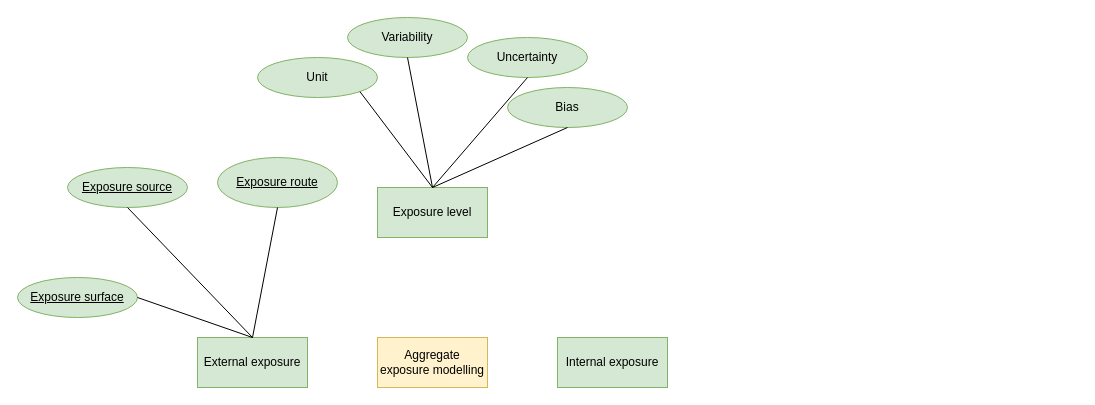
Above: Aggregate-Diagram.drawio in jwkruisselbrink/parc-aggregate-exposure-modelling (draw.io), before the change. Source tidied: cells renumbered, new cells numbered last; positions are measured from the earlier drawing's top-left corner, leaving out a move shared by most shapes. Both pictures are drawn from the tidied source at 100%, with x=0, y=0 at pixel (17, 17).
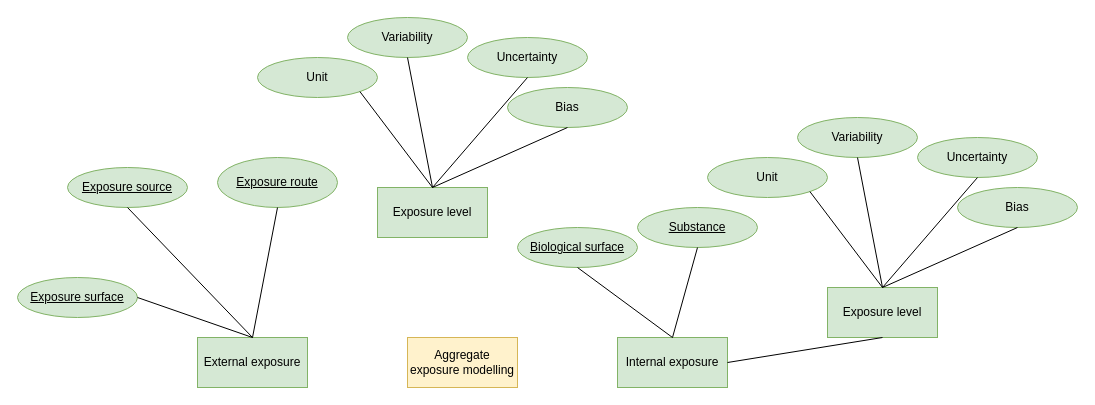
After the change.

Unchanged cells that the change refers to:
```xml
<mxCell id="11" value="Exposure level" style="rounded=0;whiteSpace=wrap;html=1;fillColor=#d5e8d4;strokeColor=#82b366;" parent="1" vertex="1">
  <mxGeometry x="360" y="170" width="110" height="50" as="geometry" />
</mxCell>
<mxCell id="12" value="Bias" style="ellipse;whiteSpace=wrap;html=1;fillColor=#d5e8d4;strokeColor=#82b366;fontStyle=0;" parent="1" vertex="1">
  <mxGeometry x="490" y="70" width="120" height="40" as="geometry" />
</mxCell>
```

Diff of the diagram source:
```diff
@@
     <mxCell id="3" value="Aggregate exposure modelling" style="rounded=0;whiteSpace=wrap;html=1;fillColor=#fff2cc;strokeColor=#d6b656;" parent="1" vertex="1">
-      <mxGeometry x="360" y="320" width="110" height="50" as="geometry" />
+      <mxGeometry x="390" y="320" width="110" height="50" as="geometry" />
     </mxCell>
     <mxCell id="4" value="Internal exposure" style="rounded=0;whiteSpace=wrap;html=1;fillColor=#d5e8d4;strokeColor=#82b366;" parent="1" vertex="1">
-      <mxGeometry x="540" y="320" width="110" height="50" as="geometry" />
+      <mxGeometry x="600" y="320" width="110" height="50" as="geometry" />
     </mxCell>
@@
-    <mxCell id="17" style="endArrow=none;html=1;rounded=0;entryX=0.5;entryY=1;entryDx=0;entryDy=0;" parent="1" edge="1" target="12">
-      <mxGeometry relative="1" as="geometry">
-        <mxPoint x="415" y="170" as="sourcePoint" />
-      </mxGeometry>
+    <mxCell id="17" style="endArrow=none;html=1;rounded=0;entryX=0.5;entryY=1;entryDx=0;entryDy=0;exitX=0.5;exitY=0;exitDx=0;exitDy=0;" parent="1" edge="1" source="11" target="12">
+      <mxGeometry relative="1" as="geometry" />
     </mxCell>
@@
+    <mxCell id="20" value="Biological surface" style="ellipse;whiteSpace=wrap;html=1;fillColor=#d5e8d4;strokeColor=#82b366;fontStyle=4;" parent="1" vertex="1">
+      <mxGeometry x="500" y="210" width="120" height="40" as="geometry" />
+    </mxCell>
+    <mxCell id="21" style="endArrow=none;html=1;rounded=0;entryX=0.5;entryY=1;entryDx=0;entryDy=0;exitX=0.5;exitY=0;exitDx=0;exitDy=0;" parent="1" edge="1" source="4" target="20">
+      <mxGeometry relative="1" as="geometry" />
+    </mxCell>
+    <mxCell id="22" value="Substance" style="ellipse;whiteSpace=wrap;html=1;fillColor=#d5e8d4;strokeColor=#82b366;fontStyle=4;" parent="1" vertex="1">
+      <mxGeometry x="620" y="190" width="120" height="40" as="geometry" />
+    </mxCell>
+    <mxCell id="23" style="endArrow=none;html=1;rounded=0;entryX=0.5;entryY=1;entryDx=0;entryDy=0;exitX=0.5;exitY=0;exitDx=0;exitDy=0;" parent="1" edge="1" source="4" target="22">
+      <mxGeometry relative="1" as="geometry" />
+    </mxCell>
+    <mxCell id="24" value="Exposure level" style="rounded=0;whiteSpace=wrap;html=1;fillColor=#d5e8d4;strokeColor=#82b366;" parent="1" vertex="1">
+      <mxGeometry x="810" y="270" width="110" height="50" as="geometry" />
+    </mxCell>
+    <mxCell id="25" value="Bias" style="ellipse;whiteSpace=wrap;html=1;fillColor=#d5e8d4;strokeColor=#82b366;fontStyle=0;" parent="1" vertex="1">
+      <mxGeometry x="940" y="170" width="120" height="40" as="geometry" />
+    </mxCell>
+    <mxCell id="26" value="Variability" style="ellipse;whiteSpace=wrap;html=1;fillColor=#d5e8d4;strokeColor=#82b366;fontStyle=0;" parent="1" vertex="1">
+      <mxGeometry x="780" y="100" width="120" height="40" as="geometry" />
+    </mxCell>
+    <mxCell id="27" value="Unit" style="ellipse;whiteSpace=wrap;html=1;fillColor=#d5e8d4;strokeColor=#82b366;fontStyle=0;" parent="1" vertex="1">
+      <mxGeometry x="690" y="140" width="120" height="40" as="geometry" />
+    </mxCell>
+    <mxCell id="28" value="Uncertainty" style="ellipse;whiteSpace=wrap;html=1;fillColor=#d5e8d4;strokeColor=#82b366;fontStyle=0;" parent="1" vertex="1">
+      <mxGeometry x="900" y="120" width="120" height="40" as="geometry" />
+    </mxCell>
+    <mxCell id="29" style="endArrow=none;html=1;rounded=0;entryX=0.5;entryY=1;entryDx=0;entryDy=0;exitX=0.5;exitY=0;exitDx=0;exitDy=0;" parent="1" edge="1" source="24" target="28">
+      <mxGeometry relative="1" as="geometry" />
+    </mxCell>
+    <mxCell id="30" style="endArrow=none;html=1;rounded=0;entryX=0.5;entryY=1;entryDx=0;entryDy=0;exitX=0.5;exitY=0;exitDx=0;exitDy=0;" parent="1" edge="1" source="24" target="25">
+      <mxGeometry relative="1" as="geometry" />
+    </mxCell>
+    <mxCell id="31" style="endArrow=none;html=1;rounded=0;entryX=0.5;entryY=1;entryDx=0;entryDy=0;exitX=0.5;exitY=0;exitDx=0;exitDy=0;" parent="1" edge="1" source="24" target="26">
+      <mxGeometry relative="1" as="geometry" />
+    </mxCell>
+    <mxCell id="32" style="endArrow=none;html=1;rounded=0;entryX=1;entryY=1;entryDx=0;entryDy=0;exitX=0.5;exitY=0;exitDx=0;exitDy=0;" parent="1" edge="1" source="24" target="27">
+      <mxGeometry relative="1" as="geometry" />
+    </mxCell>
+    <mxCell id="33" style="endArrow=none;html=1;rounded=0;entryX=0.5;entryY=1;entryDx=0;entryDy=0;exitX=1;exitY=0.5;exitDx=0;exitDy=0;" parent="1" edge="1" source="4" target="24">
+      <mxGeometry relative="1" as="geometry" />
+    </mxCell>
```
